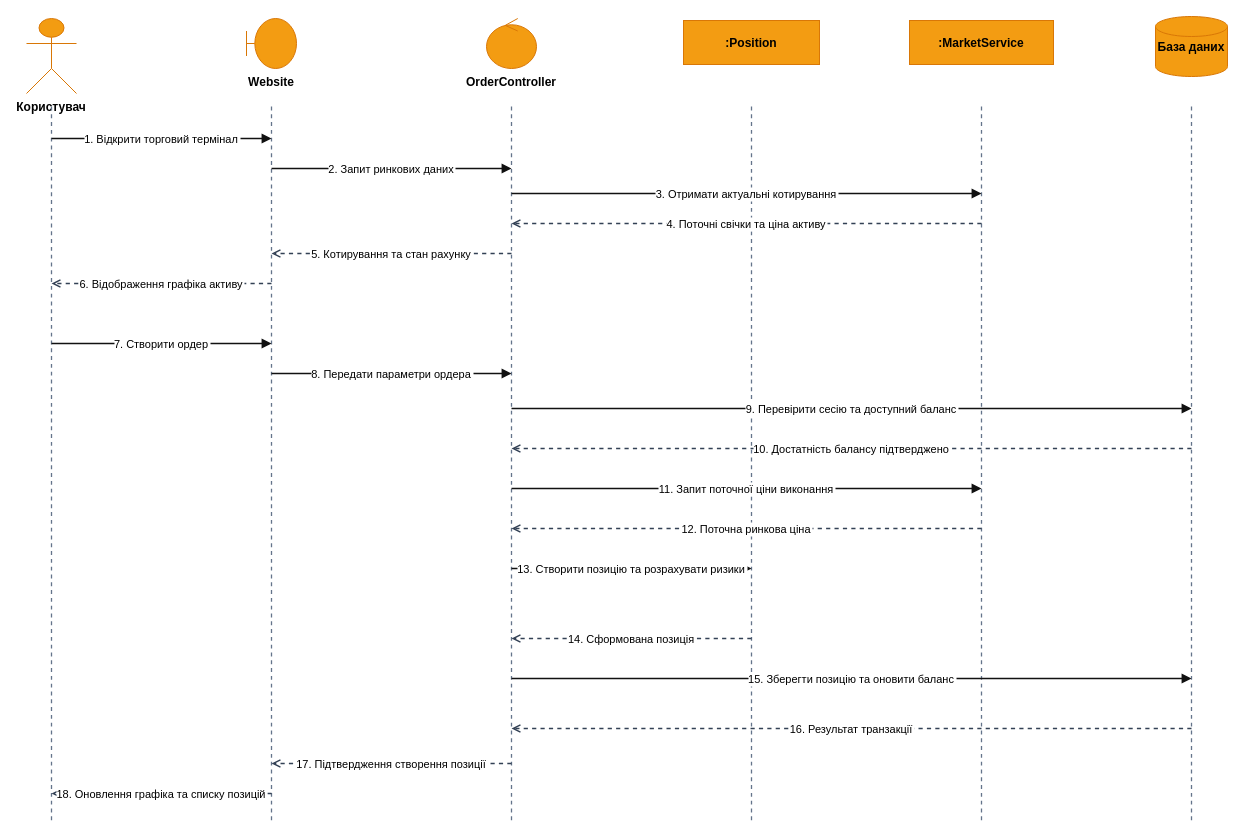
The draw.io diagram page "6 Послідовність ордера" (7 of 10) of ByGigaBit_8_діаграм.drawio in Hast1k/bygigabit, before the edit. Source tidied: cells renumbered, new cells numbered last; positions are measured from the earlier drawing's top-left corner, leaving out a move shared by most shapes. Both pictures are drawn from the tidied source at 100%, with x=0, y=0 at pixel (26, 16).
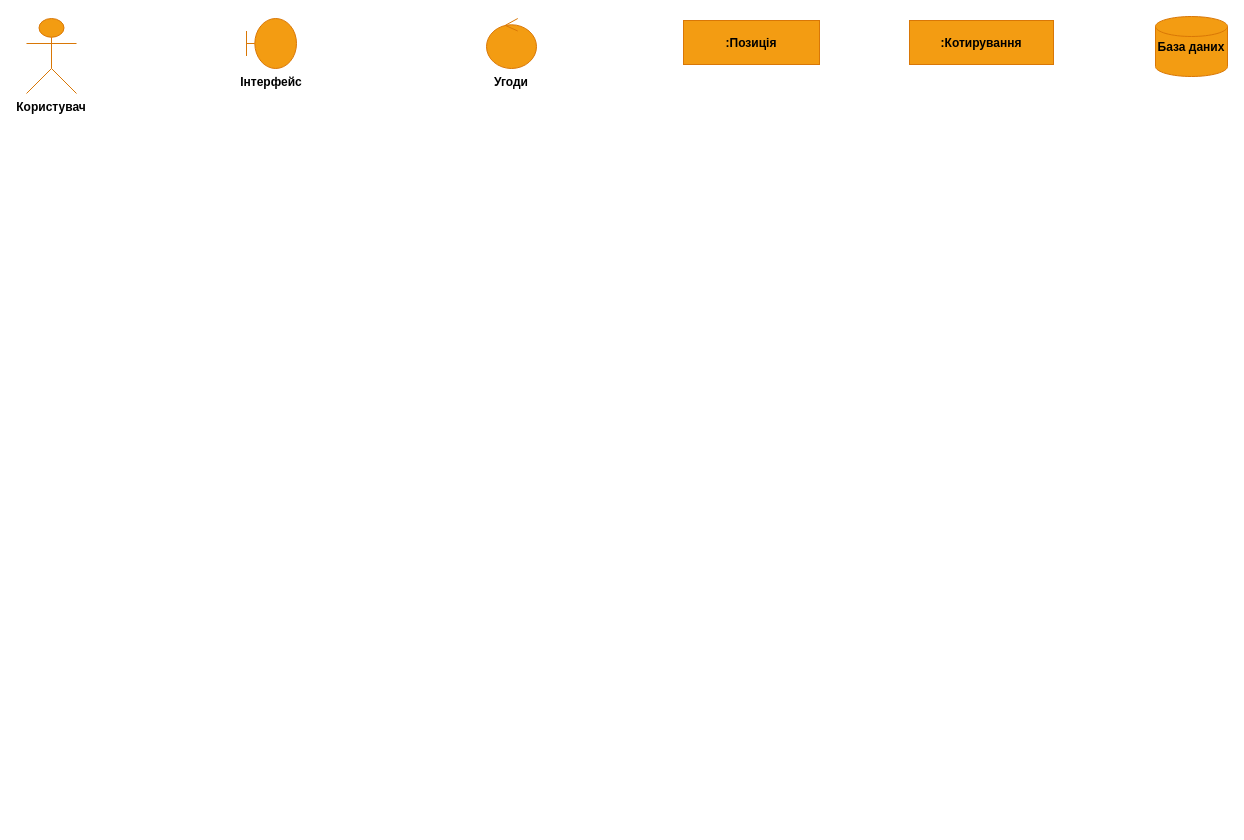
The same page after the edit.

The edit, as a diff of the source:
```diff
@@
-    <mxCell id="3" value="Website" style="shape=umlBoundary;verticalLabelPosition=bottom;verticalAlign=top;fillColor=#f39c12;strokeColor=#d97706;fontStyle=1;" parent="1" vertex="1">
+    <mxCell id="3" value="Інтерфейс" style="shape=umlBoundary;verticalLabelPosition=bottom;verticalAlign=top;fillColor=#f39c12;strokeColor=#d97706;fontStyle=1;" parent="1" vertex="1">
       <mxGeometry x="220" y="2" width="50" height="50" as="geometry" />
     </mxCell>
-    <mxCell id="4" value="OrderController" style="shape=umlControl;verticalLabelPosition=bottom;verticalAlign=top;fillColor=#f39c12;strokeColor=#d97706;fontStyle=1;" parent="1" vertex="1">
+    <mxCell id="4" value="Угоди" style="shape=umlControl;verticalLabelPosition=bottom;verticalAlign=top;fillColor=#f39c12;strokeColor=#d97706;fontStyle=1;" parent="1" vertex="1">
       <mxGeometry x="460" y="2" width="50" height="50" as="geometry" />
     </mxCell>
-    <mxCell id="5" value=":Position" style="rounded=0;fillColor=#f39c12;strokeColor=#d97706;fontStyle=1;" parent="1" vertex="1">
+    <mxCell id="5" value=":Позиція" style="rounded=0;fillColor=#f39c12;strokeColor=#d97706;fontStyle=1;" parent="1" vertex="1">
       <mxGeometry x="657" y="4" width="136" height="44" as="geometry" />
     </mxCell>
-    <mxCell id="6" value=":MarketService" style="rounded=0;fillColor=#f39c12;strokeColor=#d97706;fontStyle=1;" parent="1" vertex="1">
+    <mxCell id="6" value=":Котирування" style="rounded=0;fillColor=#f39c12;strokeColor=#d97706;fontStyle=1;" parent="1" vertex="1">
       <mxGeometry x="883" y="4" width="144" height="44" as="geometry" />
     </mxCell>
@@
-    <mxCell id="8" style="dashed=1;endArrow=none;strokeColor=#64748b;strokeWidth=1.3;" parent="1" edge="1">
-      <mxGeometry relative="1" as="geometry">
-        <mxPoint x="25" y="90" as="sourcePoint" />
-        <mxPoint x="25" y="807" as="targetPoint" />
-      </mxGeometry>
-    </mxCell>
-    <mxCell id="9" style="dashed=1;endArrow=none;strokeColor=#64748b;strokeWidth=1.3;" parent="1" edge="1">
-      <mxGeometry relative="1" as="geometry">
-        <mxPoint x="245" y="90" as="sourcePoint" />
-        <mxPoint x="245" y="807" as="targetPoint" />
-      </mxGeometry>
-    </mxCell>
-    <mxCell id="10" style="dashed=1;endArrow=none;strokeColor=#64748b;strokeWidth=1.3;" parent="1" edge="1">
-      <mxGeometry relative="1" as="geometry">
-        <mxPoint x="485" y="90" as="sourcePoint" />
-        <mxPoint x="485" y="807" as="targetPoint" />
-      </mxGeometry>
-    </mxCell>
-    <mxCell id="11" style="dashed=1;endArrow=none;strokeColor=#64748b;strokeWidth=1.3;" parent="1" edge="1">
-      <mxGeometry relative="1" as="geometry">
-        <mxPoint x="725" y="90" as="sourcePoint" />
-        <mxPoint x="725" y="807" as="targetPoint" />
-      </mxGeometry>
-    </mxCell>
-    <mxCell id="12" style="dashed=1;endArrow=none;strokeColor=#64748b;strokeWidth=1.3;" parent="1" edge="1">
-      <mxGeometry relative="1" as="geometry">
-        <mxPoint x="955" y="90" as="sourcePoint" />
-        <mxPoint x="955" y="807" as="targetPoint" />
-      </mxGeometry>
-    </mxCell>
-    <mxCell id="13" style="dashed=1;endArrow=none;strokeColor=#64748b;strokeWidth=1.3;" parent="1" edge="1">
-      <mxGeometry relative="1" as="geometry">
-        <mxPoint x="1165" y="90" as="sourcePoint" />
-        <mxPoint x="1165" y="807" as="targetPoint" />
-      </mxGeometry>
-    </mxCell>
-    <mxCell id="14" value="1. Відкрити торговий термінал" style="endArrow=block;endFill=1;strokeColor=#111111;strokeWidth=1.5;labelBackgroundColor=#ffffff;fontSize=11;" parent="1" edge="1">
-      <mxGeometry relative="1" as="geometry">
-        <mxPoint x="25" y="122" as="sourcePoint" />
-        <mxPoint x="245" y="122" as="targetPoint" />
-      </mxGeometry>
-    </mxCell>
-    <mxCell id="15" value="2. Запит ринкових даних" style="endArrow=block;endFill=1;strokeColor=#111111;strokeWidth=1.5;labelBackgroundColor=#ffffff;fontSize=11;" parent="1" edge="1">
-      <mxGeometry relative="1" as="geometry">
-        <mxPoint x="245" y="152" as="sourcePoint" />
-        <mxPoint x="485" y="152" as="targetPoint" />
-      </mxGeometry>
-    </mxCell>
-    <mxCell id="16" value="3. Отримати актуальні котирування" style="endArrow=block;endFill=1;strokeColor=#111111;strokeWidth=1.5;labelBackgroundColor=#ffffff;fontSize=11;" parent="1" edge="1">
-      <mxGeometry relative="1" as="geometry">
-        <mxPoint x="485" y="177" as="sourcePoint" />
-        <mxPoint x="955" y="177" as="targetPoint" />
-      </mxGeometry>
-    </mxCell>
-    <mxCell id="17" value="4. Поточні свічки та ціна активу" style="dashed=1;endArrow=open;endFill=0;strokeColor=#334155;strokeWidth=1.4;labelBackgroundColor=#ffffff;fontSize=11;" parent="1" edge="1">
-      <mxGeometry relative="1" as="geometry">
-        <mxPoint x="955" y="207" as="sourcePoint" />
-        <mxPoint x="485" y="207" as="targetPoint" />
-      </mxGeometry>
-    </mxCell>
-    <mxCell id="18" value="5. Котирування та стан рахунку" style="dashed=1;endArrow=open;endFill=0;strokeColor=#334155;strokeWidth=1.4;labelBackgroundColor=#ffffff;fontSize=11;" parent="1" edge="1">
-      <mxGeometry relative="1" as="geometry">
-        <mxPoint x="485" y="237" as="sourcePoint" />
-        <mxPoint x="245" y="237" as="targetPoint" />
-      </mxGeometry>
-    </mxCell>
-    <mxCell id="19" value="6. Відображення графіка активу" style="dashed=1;endArrow=open;endFill=0;strokeColor=#334155;strokeWidth=1.4;labelBackgroundColor=#ffffff;fontSize=11;" parent="1" edge="1">
-      <mxGeometry relative="1" as="geometry">
-        <mxPoint x="245" y="267" as="sourcePoint" />
-        <mxPoint x="25" y="267" as="targetPoint" />
-      </mxGeometry>
-    </mxCell>
-    <mxCell id="20" value="7. Створити ордер" style="endArrow=block;endFill=1;strokeColor=#111111;strokeWidth=1.5;labelBackgroundColor=#ffffff;fontSize=11;" parent="1" edge="1">
-      <mxGeometry relative="1" as="geometry">
-        <mxPoint x="25" y="327" as="sourcePoint" />
-        <mxPoint x="245" y="327" as="targetPoint" />
-      </mxGeometry>
-    </mxCell>
-    <mxCell id="21" value="8. Передати параметри ордера" style="endArrow=block;endFill=1;strokeColor=#111111;strokeWidth=1.5;labelBackgroundColor=#ffffff;fontSize=11;" parent="1" edge="1">
-      <mxGeometry relative="1" as="geometry">
-        <mxPoint x="245" y="357" as="sourcePoint" />
-        <mxPoint x="485" y="357" as="targetPoint" />
-      </mxGeometry>
-    </mxCell>
-    <mxCell id="22" value="9. Перевірити сесію та доступний баланс" style="endArrow=block;endFill=1;strokeColor=#111111;strokeWidth=1.5;labelBackgroundColor=#ffffff;fontSize=11;" parent="1" edge="1">
-      <mxGeometry relative="1" as="geometry">
-        <mxPoint x="485" y="392" as="sourcePoint" />
-        <mxPoint x="1165" y="392" as="targetPoint" />
-      </mxGeometry>
-    </mxCell>
-    <mxCell id="23" value="10. Достатність балансу підтверджено" style="dashed=1;endArrow=open;endFill=0;strokeColor=#334155;strokeWidth=1.4;labelBackgroundColor=#ffffff;fontSize=11;" parent="1" edge="1">
-      <mxGeometry relative="1" as="geometry">
-        <mxPoint x="1165" y="432" as="sourcePoint" />
-        <mxPoint x="485" y="432" as="targetPoint" />
-      </mxGeometry>
-    </mxCell>
-    <mxCell id="24" value="11. Запит поточної ціни виконання" style="endArrow=block;endFill=1;strokeColor=#111111;strokeWidth=1.5;labelBackgroundColor=#ffffff;fontSize=11;" parent="1" edge="1">
-      <mxGeometry relative="1" as="geometry">
-        <mxPoint x="485" y="472" as="sourcePoint" />
-        <mxPoint x="955" y="472" as="targetPoint" />
-      </mxGeometry>
-    </mxCell>
-    <mxCell id="25" value="12. Поточна ринкова ціна" style="dashed=1;endArrow=open;endFill=0;strokeColor=#334155;strokeWidth=1.4;labelBackgroundColor=#ffffff;fontSize=11;" parent="1" edge="1">
-      <mxGeometry relative="1" as="geometry">
-        <mxPoint x="955" y="512" as="sourcePoint" />
-        <mxPoint x="485" y="512" as="targetPoint" />
-      </mxGeometry>
-    </mxCell>
-    <mxCell id="26" value="13. Створити позицію та розрахувати ризики" style="endArrow=block;endFill=1;strokeColor=#111111;strokeWidth=1.5;labelBackgroundColor=#ffffff;fontSize=11;" parent="1" edge="1">
-      <mxGeometry relative="1" as="geometry">
-        <mxPoint x="485" y="552" as="sourcePoint" />
-        <mxPoint x="725" y="552" as="targetPoint" />
-      </mxGeometry>
-    </mxCell>
-    <mxCell id="27" value="14. Сформована позиція" style="dashed=1;endArrow=open;endFill=0;strokeColor=#334155;strokeWidth=1.4;labelBackgroundColor=#ffffff;fontSize=11;" parent="1" edge="1">
-      <mxGeometry relative="1" as="geometry">
-        <mxPoint x="725" y="622" as="sourcePoint" />
-        <mxPoint x="485" y="622" as="targetPoint" />
-      </mxGeometry>
-    </mxCell>
-    <mxCell id="28" value="15. Зберегти позицію та оновити баланс" style="endArrow=block;endFill=1;strokeColor=#111111;strokeWidth=1.5;labelBackgroundColor=#ffffff;fontSize=11;" parent="1" edge="1">
-      <mxGeometry relative="1" as="geometry">
-        <mxPoint x="485" y="662" as="sourcePoint" />
-        <mxPoint x="1165" y="662" as="targetPoint" />
-      </mxGeometry>
-    </mxCell>
-    <mxCell id="29" value="16. Результат транзакції" style="dashed=1;endArrow=open;endFill=0;strokeColor=#334155;strokeWidth=1.4;labelBackgroundColor=#ffffff;fontSize=11;" parent="1" edge="1">
-      <mxGeometry relative="1" as="geometry">
-        <mxPoint x="1165" y="712" as="sourcePoint" />
-        <mxPoint x="485" y="712" as="targetPoint" />
-      </mxGeometry>
-    </mxCell>
-    <mxCell id="30" value="17. Підтвердження створення позиції" style="dashed=1;endArrow=open;endFill=0;strokeColor=#334155;strokeWidth=1.4;labelBackgroundColor=#ffffff;fontSize=11;" parent="1" edge="1">
-      <mxGeometry relative="1" as="geometry">
-        <mxPoint x="485" y="747" as="sourcePoint" />
-        <mxPoint x="245" y="747" as="targetPoint" />
-      </mxGeometry>
-    </mxCell>
-    <mxCell id="31" value="18. Оновлення графіка та списку позицій" style="dashed=1;endArrow=open;endFill=0;strokeColor=#334155;strokeWidth=1.4;labelBackgroundColor=#ffffff;fontSize=11;" parent="1" edge="1">
-      <mxGeometry relative="1" as="geometry">
-        <mxPoint x="245" y="777" as="sourcePoint" />
-        <mxPoint x="25" y="777" as="targetPoint" />
-      </mxGeometry>
-    </mxCell>
```
